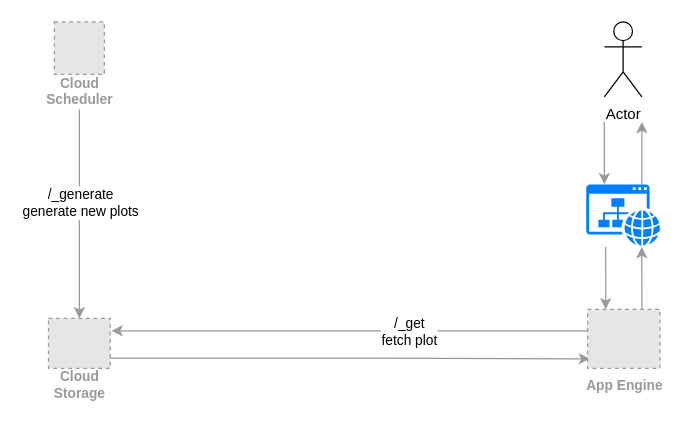
The draw.io diagram docs/user_flow.drawio in lajanki/not_that_movie, before the edit. Source tidied: cells renumbered, new cells numbered last; positions are measured from the earlier drawing's top-left corner, leaving out a move shared by most shapes. Both pictures are drawn from the tidied source at 125%, with x=0, y=0 at pixel (48, 21). Pictures stored in the file or linked from it are replaced by grey dashed boxes.
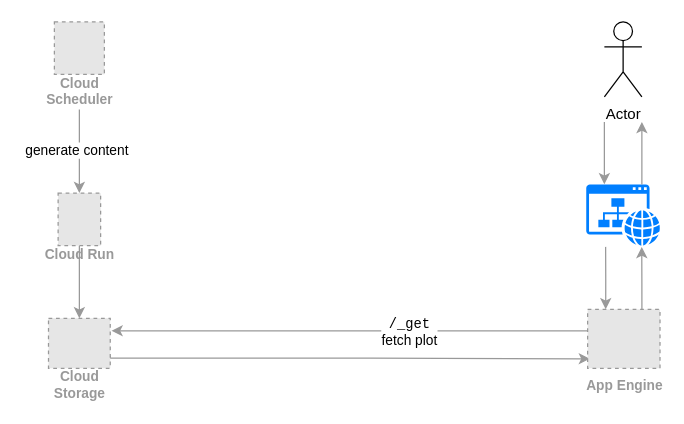
The same page after the edit.

Unchanged cells that the change refers to:
```xml
<mxCell id="6" style="edgeStyle=orthogonalEdgeStyle;rounded=0;jettySize=auto;html=1;strokeColor=#999999;exitX=0.059;exitY=0.363;exitDx=0;exitDy=0;exitPerimeter=0;entryX=1;entryY=0.25;entryDx=0;entryDy=0;" parent="1" edge="1" source="14">
  <mxGeometry relative="1" as="geometry">
    <mxPoint x="50.7" y="247.1" as="targetPoint" />
    <Array as="points">
      <mxPoint x="405" y="247" />
      <mxPoint x="405" y="247" />
    </Array>
  </mxGeometry>
</mxCell>
<mxCell id="15" value="Cloud&#10;Storage" style="fillColor=#E6E6E6;strokeColor=#999999;dashed=1;html=1;verticalAlign=top;labelPosition=center;verticalLabelPosition=bottom;align=center;spacingTop=-6;fontSize=11;fontStyle=1;fontColor=#999999;" parent="1" vertex="1">
  <mxGeometry x="0.3" y="237.1" width="49.4" height="40" as="geometry" />
</mxCell>
```

Diff of the diagram source:
```diff
@@
-    <mxCell id="7" value="/_get&lt;br&gt;fetch plot" style="edgeLabel;html=1;align=center;verticalAlign=middle;" parent="6" vertex="1">
+    <mxCell id="7" value="&lt;font face=&quot;Courier New&quot;&gt;/_get&lt;/font&gt;&lt;br&gt;fetch plot" style="edgeLabel;html=1;align=center;verticalAlign=middle;" parent="6" vertex="1">
       <mxGeometry x="-0.23" relative="1" as="geometry">
         <mxPoint x="1" as="offset" />
       </mxGeometry>
     </mxCell>
@@
-    <mxCell id="9" style="endArrow=classic;html=1;rounded=0;entryX=0.5;entryY=0;entryDx=0;entryDy=0;strokeColor=#999999;" parent="1" edge="1" target="15">
-      <mxGeometry relative="1" as="geometry">
-        <mxPoint x="25" y="70" as="sourcePoint" />
-      </mxGeometry>
+    <mxCell id="9" style="endArrow=classic;html=1;rounded=0;entryX=0.5;entryY=0;entryDx=0;entryDy=0;strokeColor=#999999;" parent="1" edge="1" source="18" target="15">
+      <mxGeometry relative="1" as="geometry" />
     </mxCell>
-    <mxCell id="10" value="/_generate&lt;br&gt;generate new plots" style="edgeLabel;html=1;align=center;verticalAlign=middle;" parent="9" vertex="1">
-      <mxGeometry x="-0.11" relative="1" as="geometry" />
-    </mxCell>
@@
+    <mxCell id="16" style="endArrow=classic;html=1;rounded=0;entryX=0.5;entryY=0;entryDx=0;entryDy=0;strokeColor=#999999;" parent="1" edge="1" target="18">
+      <mxGeometry relative="1" as="geometry">
+        <mxPoint x="25" y="70" as="sourcePoint" />
+      </mxGeometry>
+    </mxCell>
+    <mxCell id="17" value="generate content" style="edgeLabel;html=1;align=center;verticalAlign=middle;" parent="16" vertex="1">
+      <mxGeometry x="-0.04" y="-3" relative="1" as="geometry" />
+    </mxCell>
+    <mxCell id="18" value="Cloud Run" style="fillColor=#E6E6E6;strokeColor=#999999;dashed=1;html=1;verticalAlign=top;labelPosition=center;verticalLabelPosition=bottom;align=center;spacingTop=-6;fontSize=11;fontStyle=1;fontColor=#999999;" parent="1" vertex="1">
+      <mxGeometry x="8" y="137" width="34" height="42" as="geometry" />
+    </mxCell>
```
